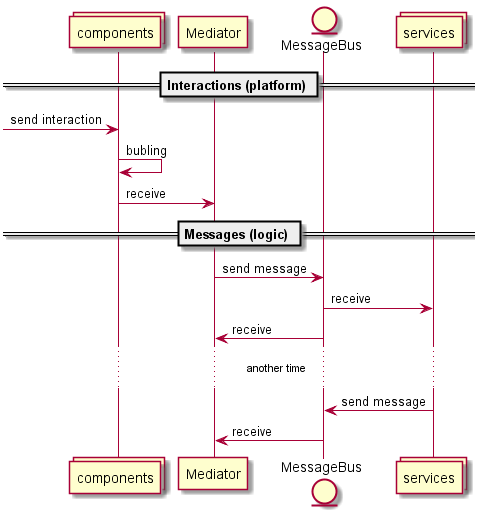
Earlier version of the PlantUML export docs/diagrams/messaging.png (akobr/blazor.widgetised). Its diagram source:
```plantuml
@startuml messaging

collections components order 1
participant Mediator order 2
entity MessageBus order 3
collections services order 4

== Interactions (platform) ==

[-> components : send interaction
components -> components : bubling
components -> Mediator : receive

== Messages (logic) ==

Mediator -> MessageBus : send message
MessageBus -> services : receive
MessageBus -> Mediator : receive

...another time...

services -> MessageBus : send message
MessageBus -> Mediator : receive

@enduml
```
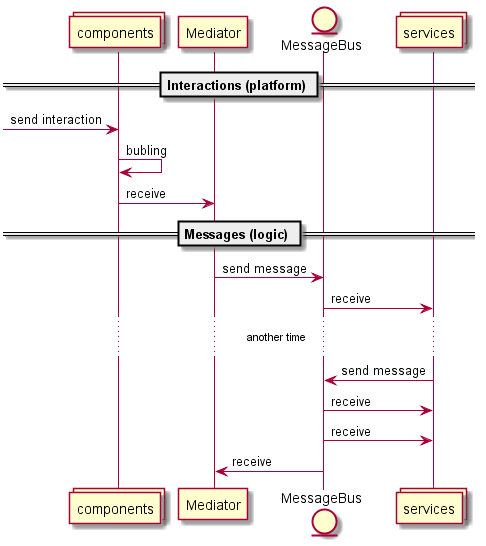
After the commit.

What changed in the source:
```diff
@@ -15,11 +15,12 @@
 
 Mediator -> MessageBus : send message
 MessageBus -> services : receive
-MessageBus -> Mediator : receive
 
 ...another time...
 
 services -> MessageBus : send message
+MessageBus -> services : receive
+MessageBus -> services : receive
 MessageBus -> Mediator : receive
 
 @enduml
```
